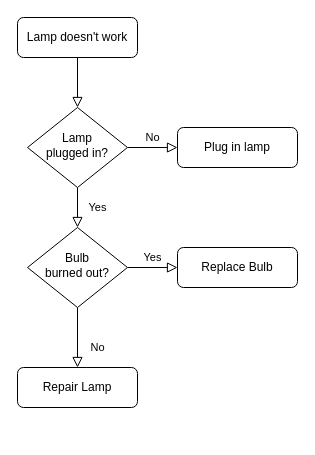
The draw.io diagram Untitled Diagram.drawio in absadnig/function-in-javascript, before the edit. Source tidied: cells renumbered, new cells numbered last; positions are measured from the earlier drawing's top-left corner, leaving out a move shared by most shapes. Both pictures are drawn from the tidied source at 100%, with x=0, y=0 at pixel (17, 17).
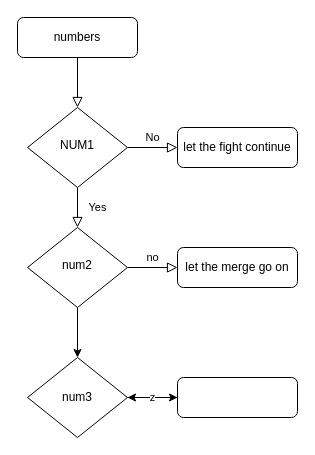
The same diagram, later.

The edit, as a diff of the source:
```diff
@@
 <mxGraphModel>
   <root>
     <mxCell id="0" />
     <mxCell id="1" parent="0" />
     <mxCell id="2" style="rounded=0;html=1;jettySize=auto;fontSize=11;endArrow=block;endFill=0;endSize=8;strokeWidth=1;shadow=0;labelBackgroundColor=none;edgeStyle=orthogonalEdgeStyle;" parent="1" edge="1" source="3" target="6">
       <mxGeometry relative="1" as="geometry" />
     </mxCell>
-    <mxCell id="3" value="Lamp doesn't work" style="rounded=1;whiteSpace=wrap;html=1;fontSize=12;glass=0;strokeWidth=1;shadow=0;" parent="1" vertex="1">
+    <mxCell id="3" value="numbers" style="rounded=1;whiteSpace=wrap;html=1;fontSize=12;glass=0;strokeWidth=1;shadow=0;" parent="1" vertex="1">
       <mxGeometry width="120" height="40" as="geometry" />
     </mxCell>
     <mxCell id="4" value="Yes" style="rounded=0;html=1;jettySize=auto;fontSize=11;endArrow=block;endFill=0;endSize=8;strokeWidth=1;shadow=0;labelBackgroundColor=none;edgeStyle=orthogonalEdgeStyle;" parent="1" edge="1" source="6" target="10">
       <mxGeometry y="20" relative="1" as="geometry" />
     </mxCell>
     <mxCell id="5" value="No" style="edgeStyle=orthogonalEdgeStyle;rounded=0;html=1;jettySize=auto;fontSize=11;endArrow=block;endFill=0;endSize=8;strokeWidth=1;shadow=0;labelBackgroundColor=none;" parent="1" edge="1" source="6" target="7">
       <mxGeometry y="10" relative="1" as="geometry" />
     </mxCell>
-    <mxCell id="6" value="Lamp&lt;br&gt;plugged in?" style="rhombus;whiteSpace=wrap;html=1;shadow=0;fontFamily=Helvetica;fontSize=12;align=center;strokeWidth=1;spacing=6;spacingTop=-4;" parent="1" vertex="1">
+    <mxCell id="6" value="NUM1" style="rhombus;whiteSpace=wrap;html=1;shadow=0;fontFamily=Helvetica;fontSize=12;align=center;strokeWidth=1;spacing=6;spacingTop=-4;" parent="1" vertex="1">
       <mxGeometry x="10" y="90" width="100" height="80" as="geometry" />
     </mxCell>
-    <mxCell id="7" value="Plug in lamp" style="rounded=1;whiteSpace=wrap;html=1;fontSize=12;glass=0;strokeWidth=1;shadow=0;" parent="1" vertex="1">
+    <mxCell id="7" value="let the fight continue" style="rounded=1;whiteSpace=wrap;html=1;fontSize=12;glass=0;strokeWidth=1;shadow=0;" parent="1" vertex="1">
       <mxGeometry x="160" y="110" width="120" height="40" as="geometry" />
     </mxCell>
-    <mxCell id="8" value="No" style="rounded=0;html=1;jettySize=auto;fontSize=11;endArrow=block;endFill=0;endSize=8;strokeWidth=1;shadow=0;labelBackgroundColor=none;edgeStyle=orthogonalEdgeStyle;" parent="1" edge="1" source="10" target="11">
-      <mxGeometry x="0.33" y="20" relative="1" as="geometry" />
-    </mxCell>
-    <mxCell id="9" value="Yes" style="edgeStyle=orthogonalEdgeStyle;rounded=0;html=1;jettySize=auto;fontSize=11;endArrow=block;endFill=0;endSize=8;strokeWidth=1;shadow=0;labelBackgroundColor=none;" parent="1" edge="1" source="10" target="12">
+    <mxCell id="9" value="no" style="edgeStyle=orthogonalEdgeStyle;rounded=0;html=1;jettySize=auto;fontSize=11;endArrow=block;endFill=0;endSize=8;strokeWidth=1;shadow=0;labelBackgroundColor=none;" parent="1" edge="1" source="10" target="12">
       <mxGeometry y="10" relative="1" as="geometry" />
     </mxCell>
-    <mxCell id="10" value="Bulb&lt;br&gt;burned out?" style="rhombus;whiteSpace=wrap;html=1;shadow=0;fontFamily=Helvetica;fontSize=12;align=center;strokeWidth=1;spacing=6;spacingTop=-4;" parent="1" vertex="1">
+    <mxCell id="10" value="num2" style="rhombus;whiteSpace=wrap;html=1;shadow=0;fontFamily=Helvetica;fontSize=12;align=center;strokeWidth=1;spacing=6;spacingTop=-4;" parent="1" vertex="1">
       <mxGeometry x="10" y="210" width="100" height="80" as="geometry" />
     </mxCell>
-    <mxCell id="11" value="Repair Lamp" style="rounded=1;whiteSpace=wrap;html=1;fontSize=12;glass=0;strokeWidth=1;shadow=0;" parent="1" vertex="1">
-      <mxGeometry y="350" width="120" height="40" as="geometry" />
-    </mxCell>
-    <mxCell id="12" value="Replace Bulb" style="rounded=1;whiteSpace=wrap;html=1;fontSize=12;glass=0;strokeWidth=1;shadow=0;" parent="1" vertex="1">
+    <mxCell id="12" value="let the merge go on" style="rounded=1;whiteSpace=wrap;html=1;fontSize=12;glass=0;strokeWidth=1;shadow=0;" parent="1" vertex="1">
       <mxGeometry x="160" y="230" width="120" height="40" as="geometry" />
     </mxCell>
+    <mxCell id="13" value="num3" style="rhombus;whiteSpace=wrap;html=1;" parent="1" vertex="1">
+      <mxGeometry x="10" y="340" width="100" height="80" as="geometry" />
+    </mxCell>
+    <mxCell id="14" style="endArrow=classic;html=1;rounded=0;entryX=0.5;entryY=0;entryDx=0;entryDy=0;exitX=0.5;exitY=1;exitDx=0;exitDy=0;" parent="1" edge="1" source="10" target="13">
+      <mxGeometry relative="1" as="geometry" />
+    </mxCell>
+    <mxCell id="15" style="endArrow=classic;html=1;rounded=0;exitX=1;exitY=0.5;exitDx=0;exitDy=0;" parent="1" edge="1" source="13">
+      <mxGeometry relative="1" as="geometry">
+        <mxPoint x="160" y="380" as="targetPoint" />
+      </mxGeometry>
+    </mxCell>
+    <mxCell id="16" value="z" style="edgeStyle=orthogonalEdgeStyle;rounded=0;jettySize=auto;html=1;" parent="1" edge="1" source="17" target="13">
+      <mxGeometry relative="1" as="geometry" />
+    </mxCell>
+    <mxCell id="17" style="rounded=1;whiteSpace=wrap;html=1;" parent="1" vertex="1">
+      <mxGeometry x="160" y="360" width="120" height="40" as="geometry" />
+    </mxCell>
   </root>
 </mxGraphModel>
```
